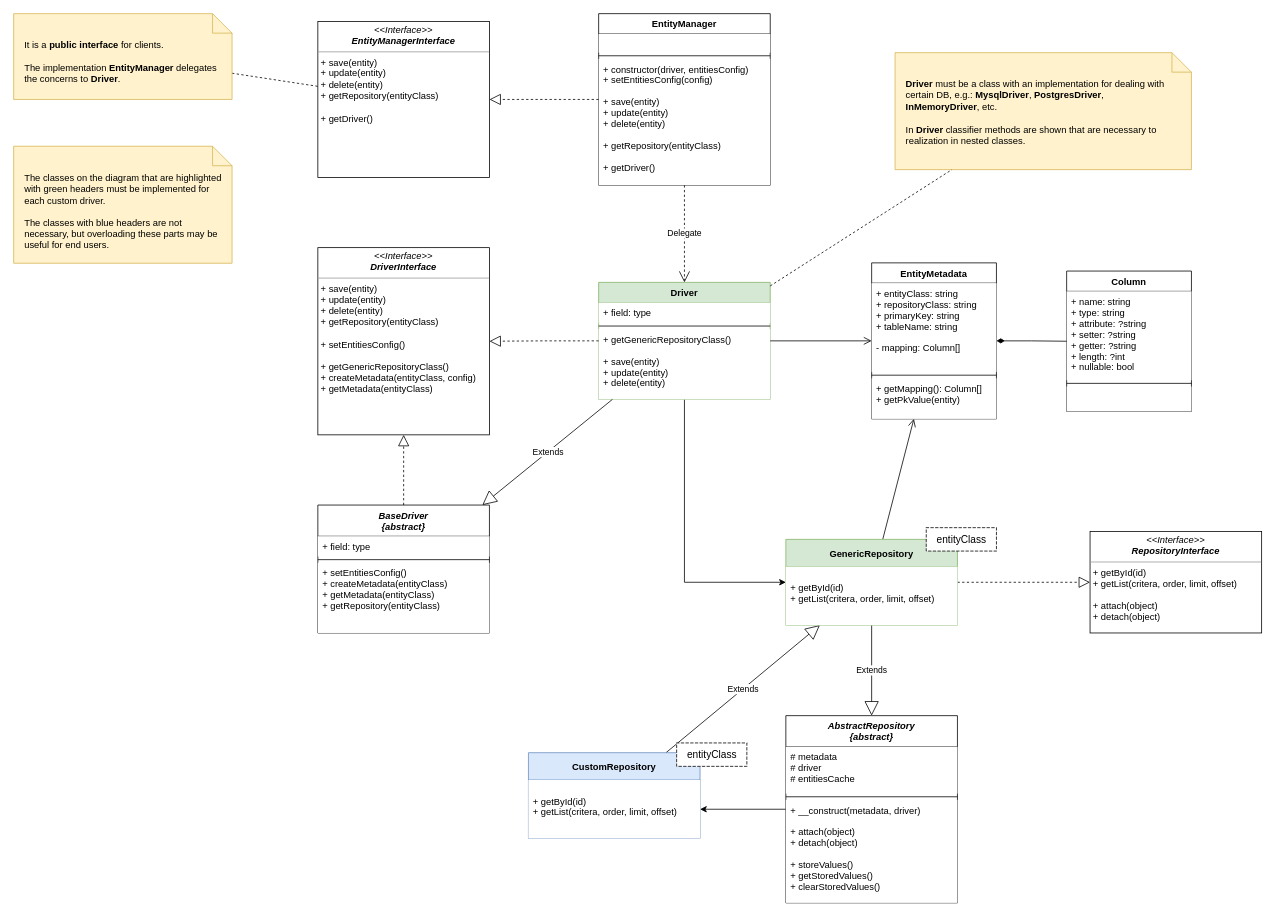
enoffspb/php-entity-manager keeps this draw.io diagram as docs/diagrams/draw.io/EntityManager - class diagram.drawio. Above is the earlier version. Source tidied: cells renumbered, new cells numbered last; positions are measured from the earlier drawing's top-left corner, leaving out a move shared by most shapes. Both pictures are drawn from the tidied source at 78%, with x=0, y=0 at pixel (13, 13).
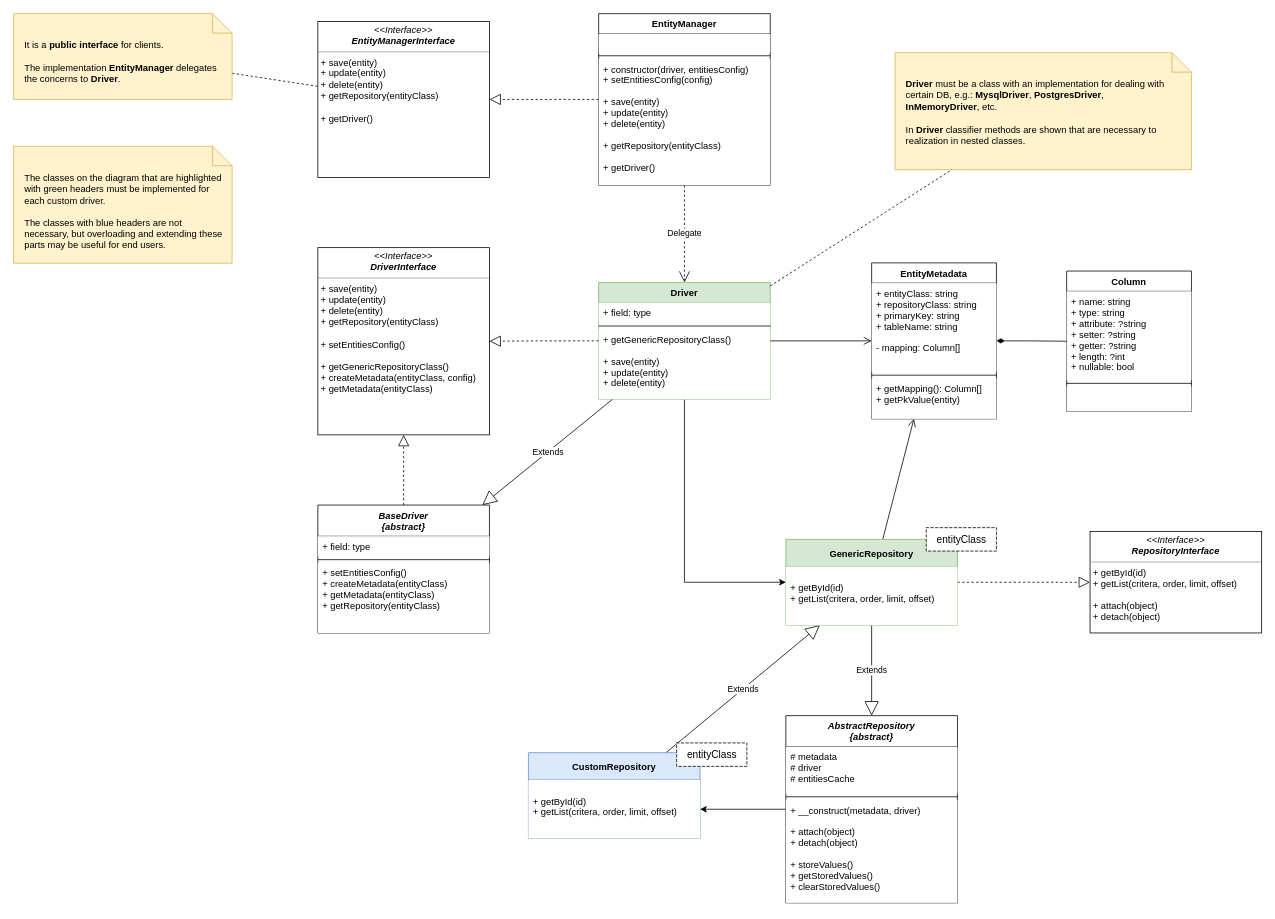
The same page after the edit.

The edit, as a diff of the source:
```diff
@@
-    <mxCell id="54" value="&lt;span&gt;The classes on the diagram that are highlighted with green headers must be implemented for each custom driver.&lt;br&gt;&lt;br&gt;The classes with blue headers are not necessary, but overloading these parts may be useful for end users.&lt;br&gt;&lt;/span&gt;" style="shape=note2;boundedLbl=1;whiteSpace=wrap;html=1;size=25;verticalAlign=top;align=left;fillColor=#fff2cc;strokeColor=#d6b656;spacing=4;spacingLeft=10;spacingRight=10;" parent="1" vertex="1">
+    <mxCell id="54" value="&lt;span&gt;The classes on the diagram that are highlighted with green headers must be implemented for each custom driver.&lt;br&gt;&lt;br&gt;The classes with blue headers are not necessary, but overloading and extending these parts may be useful for end users.&lt;br&gt;&lt;/span&gt;" style="shape=note2;boundedLbl=1;whiteSpace=wrap;html=1;size=25;verticalAlign=top;align=left;fillColor=#fff2cc;strokeColor=#d6b656;spacing=4;spacingLeft=10;spacingRight=10;" parent="1" vertex="1">
       <mxGeometry y="170" width="280" height="150" as="geometry" />
     </mxCell>
```
